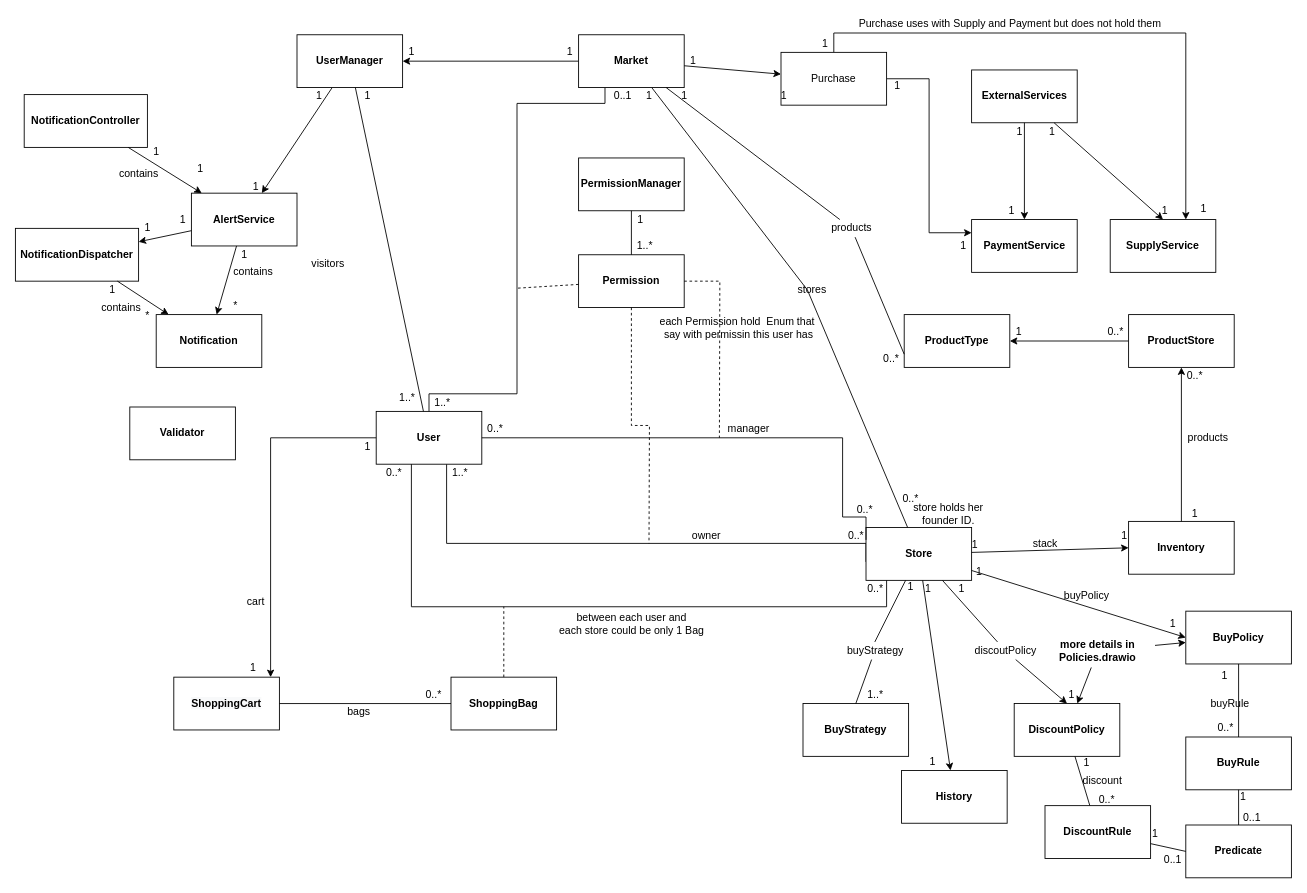
Before: Files/version 2 - files/white diagram.drawio in Sadna-Market/Market, a draw.io diagram. Source tidied: cells renumbered, new cells numbered last; positions are measured from the earlier drawing's top-left corner, leaving out a move shared by most shapes. Both pictures are drawn from the tidied source at 88%, with x=0, y=0 at pixel (15, 15).
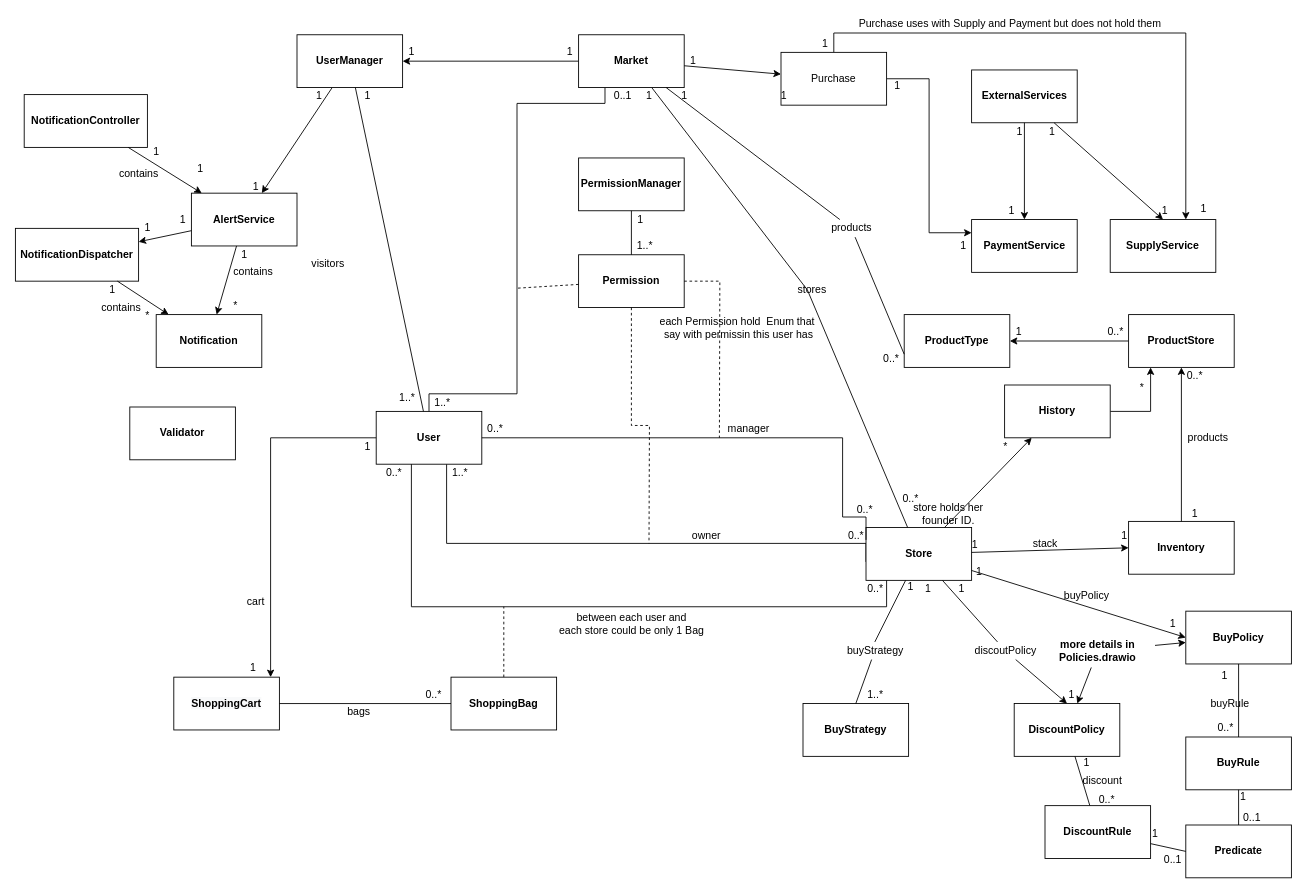
After the change.

The change refers to these unchanged cells:
```xml
<mxCell id="110" value="&lt;span style=&quot;font-weight: 700&quot;&gt;ProductStore&lt;/span&gt;" style="rounded=0;whiteSpace=wrap;html=1;" parent="1" vertex="1">
  <mxGeometry x="1265" y="340" width="120" height="60" as="geometry" />
</mxCell>
```

Change to the diagram source:
```diff
@@
+    <mxCell id="155" style="edgeStyle=orthogonalEdgeStyle;rounded=0;jettySize=auto;html=1;endArrow=classic;endFill=1;" parent="1" edge="1" source="46" target="110">
+      <mxGeometry relative="1" as="geometry">
+        <Array as="points">
+          <mxPoint x="1290" y="450" />
+        </Array>
+      </mxGeometry>
+    </mxCell>
     <mxCell id="46" value="&lt;span style=&quot;font-weight: 700&quot;&gt;History&lt;/span&gt;" style="rounded=0;whiteSpace=wrap;html=1;" parent="1" vertex="1">
-      <mxGeometry x="1007" y="858" width="120" height="60" as="geometry" />
+      <mxGeometry x="1124.1" y="420" width="120" height="60" as="geometry" />
     </mxCell>
@@
-    <mxCell id="151" value="1" style="text;html=1;align=center;verticalAlign=middle;strokeColor=none;fillColor=none;" parent="1" vertex="1">
-      <mxGeometry x="1032" y="838" width="20" height="20" as="geometry" />
+    <mxCell id="151" value="*" style="text;html=1;align=center;verticalAlign=middle;strokeColor=none;fillColor=none;" parent="1" vertex="1">
+      <mxGeometry x="1115" y="480" width="20" height="20" as="geometry" />
     </mxCell>
@@
+    <mxCell id="156" value="*" style="text;html=1;align=center;verticalAlign=middle;" parent="1" vertex="1">
+      <mxGeometry x="1270" y="413" width="20" height="20" as="geometry" />
+    </mxCell>
```
